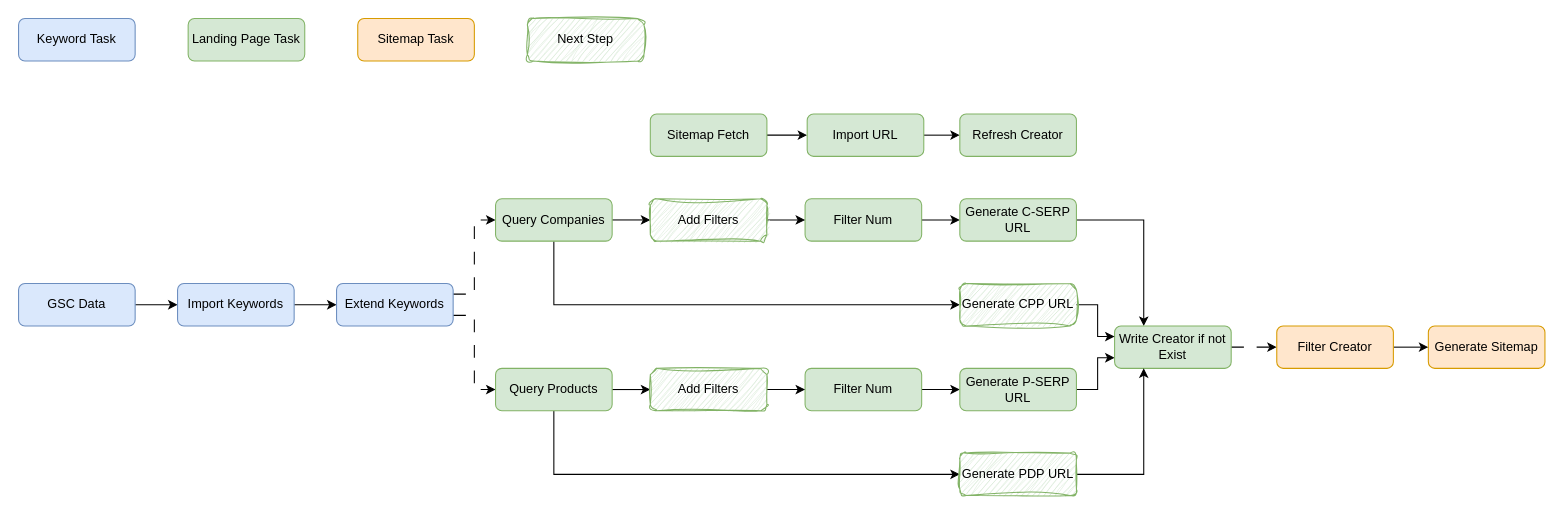
Above: drawio/ep_sitemap.drawio in VisableHarry/seo-drawio (draw.io), before the change. Source tidied: cells renumbered, new cells numbered last; positions are measured from the earlier drawing's top-left corner, leaving out a move shared by most shapes. Both pictures are drawn from the tidied source at 106%, with x=0, y=0 at pixel (18, 18).
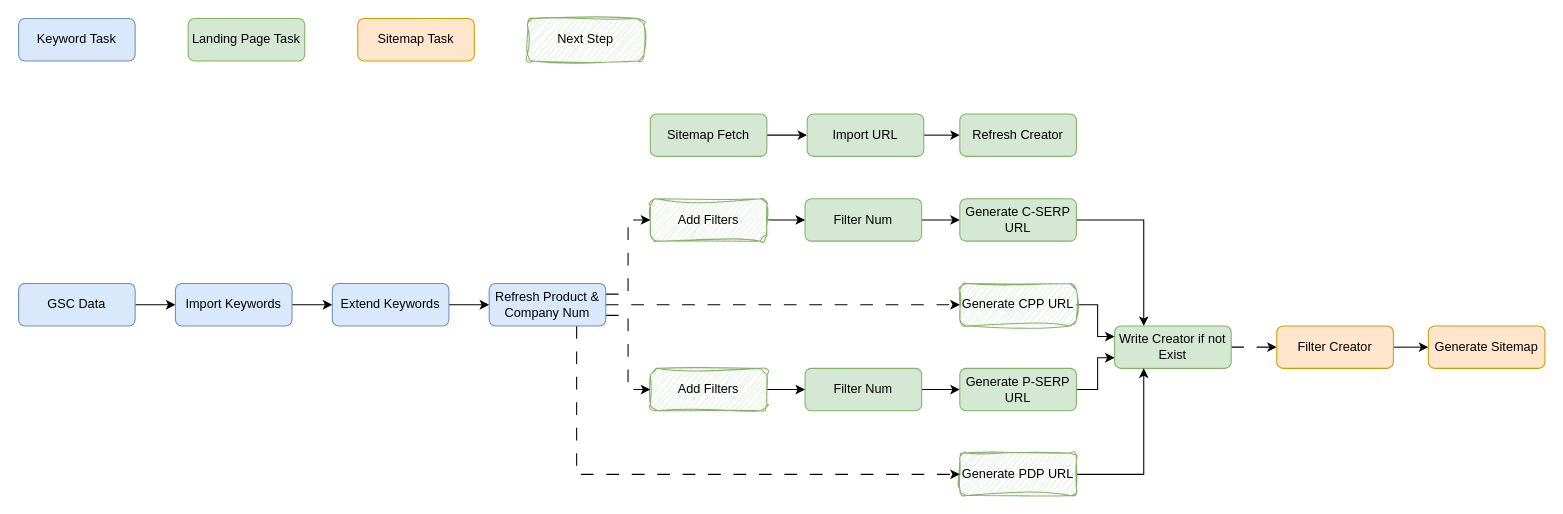
The same diagram, later.

The change refers to these unchanged cells:
```xml
<mxCell id="29" value="Add Filters" style="rounded=1;whiteSpace=wrap;html=1;fillColor=#d5e8d4;strokeColor=#82b366;sketch=1;curveFitting=1;jiggle=2;" parent="1" vertex="1">
  <mxGeometry x="596" y="330" width="110" height="40" as="geometry" />
</mxCell>
<mxCell id="31" value="Add Filters" style="rounded=1;whiteSpace=wrap;html=1;fillColor=#d5e8d4;strokeColor=#82b366;sketch=1;curveFitting=1;jiggle=2;gradientColor=none;" parent="1" vertex="1">
  <mxGeometry x="596" y="170" width="110" height="40" as="geometry" />
</mxCell>
<mxCell id="33" value="Generate CPP URL" style="rounded=1;whiteSpace=wrap;html=1;fillColor=#d5e8d4;strokeColor=#82b366;sketch=1;curveFitting=1;jiggle=2;" parent="1" vertex="1">
  <mxGeometry x="888" y="250" width="110" height="40" as="geometry" />
</mxCell>
<mxCell id="35" value="Generate PDP URL" style="rounded=1;whiteSpace=wrap;html=1;fillColor=#d5e8d4;strokeColor=#82b366;sketch=1;curveFitting=1;jiggle=2;" parent="1" vertex="1">
  <mxGeometry x="888" y="410" width="110" height="40" as="geometry" />
</mxCell>
```

Diff of the diagram source:
```diff
@@
     <mxCell id="5" value="Import Keywords" style="rounded=1;whiteSpace=wrap;html=1;fillColor=#dae8fc;strokeColor=#6c8ebf;" parent="1" vertex="1">
-      <mxGeometry x="150" y="250" width="110" height="40" as="geometry" />
+      <mxGeometry x="148" y="250" width="110" height="40" as="geometry" />
     </mxCell>
-    <mxCell id="6" style="edgeStyle=orthogonalEdgeStyle;rounded=0;jettySize=auto;html=1;exitX=1;exitY=0.25;exitDx=0;exitDy=0;entryX=0;entryY=0.5;entryDx=0;entryDy=0;dashed=1;dashPattern=12 12;" parent="1" edge="1" source="8" target="11">
-      <mxGeometry relative="1" as="geometry" />
-    </mxCell>
-    <mxCell id="7" style="edgeStyle=orthogonalEdgeStyle;rounded=0;jettySize=auto;html=1;exitX=1;exitY=0.75;exitDx=0;exitDy=0;entryX=0;entryY=0.5;entryDx=0;entryDy=0;dashed=1;dashPattern=12 12;" parent="1" edge="1" source="8" target="14">
-      <mxGeometry relative="1" as="geometry" />
-    </mxCell>
+    <mxCell id="45" style="edgeStyle=orthogonalEdgeStyle;rounded=0;jettySize=auto;html=1;exitX=1;exitY=0.5;exitDx=0;exitDy=0;entryX=0;entryY=0.5;entryDx=0;entryDy=0;" parent="1" edge="1" source="8" target="50">
+      <mxGeometry relative="1" as="geometry" />
+    </mxCell>
     <mxCell id="8" value="Extend Keywords" style="rounded=1;whiteSpace=wrap;html=1;fillColor=#dae8fc;strokeColor=#6c8ebf;" parent="1" vertex="1">
-      <mxGeometry x="300" y="250" width="110" height="40" as="geometry" />
+      <mxGeometry x="296" y="250" width="110" height="40" as="geometry" />
     </mxCell>
-    <mxCell id="9" style="edgeStyle=orthogonalEdgeStyle;rounded=0;jettySize=auto;html=1;exitX=0.5;exitY=1;exitDx=0;exitDy=0;entryX=0;entryY=0.5;entryDx=0;entryDy=0;" parent="1" edge="1" source="11" target="33">
-      <mxGeometry relative="1" as="geometry" />
-    </mxCell>
-    <mxCell id="10" style="edgeStyle=orthogonalEdgeStyle;rounded=0;jettySize=auto;html=1;exitX=1;exitY=0.5;exitDx=0;exitDy=0;entryX=0;entryY=0.5;entryDx=0;entryDy=0;" parent="1" edge="1" source="11" target="31">
-      <mxGeometry relative="1" as="geometry" />
-    </mxCell>
-    <mxCell id="11" value="Query Companies" style="rounded=1;whiteSpace=wrap;html=1;fillColor=#d5e8d4;strokeColor=#82b366;" parent="1" vertex="1">
-      <mxGeometry x="450" y="170" width="110" height="40" as="geometry" />
-    </mxCell>
-    <mxCell id="12" style="edgeStyle=orthogonalEdgeStyle;rounded=0;jettySize=auto;html=1;exitX=0.5;exitY=1;exitDx=0;exitDy=0;entryX=0;entryY=0.5;entryDx=0;entryDy=0;" parent="1" edge="1" source="14" target="35">
-      <mxGeometry relative="1" as="geometry" />
-    </mxCell>
-    <mxCell id="13" style="edgeStyle=orthogonalEdgeStyle;rounded=0;jettySize=auto;html=1;exitX=1;exitY=0.5;exitDx=0;exitDy=0;entryX=0;entryY=0.5;entryDx=0;entryDy=0;" parent="1" edge="1" source="14" target="29">
-      <mxGeometry relative="1" as="geometry" />
-    </mxCell>
-    <mxCell id="14" value="Query Products" style="rounded=1;whiteSpace=wrap;html=1;fillColor=#d5e8d4;strokeColor=#82b366;" parent="1" vertex="1">
-      <mxGeometry x="450" y="330" width="110" height="40" as="geometry" />
-    </mxCell>
@@
+    <mxCell id="46" style="edgeStyle=orthogonalEdgeStyle;rounded=0;jettySize=auto;html=1;exitX=1;exitY=0.25;exitDx=0;exitDy=0;entryX=0;entryY=0.5;entryDx=0;entryDy=0;dashed=1;dashPattern=12 12;" parent="1" edge="1" source="50" target="31">
+      <mxGeometry relative="1" as="geometry" />
+    </mxCell>
+    <mxCell id="47" style="edgeStyle=orthogonalEdgeStyle;rounded=0;jettySize=auto;html=1;exitX=1;exitY=0.75;exitDx=0;exitDy=0;entryX=0;entryY=0.5;entryDx=0;entryDy=0;dashed=1;dashPattern=12 12;" parent="1" edge="1" source="50" target="29">
+      <mxGeometry relative="1" as="geometry" />
+    </mxCell>
+    <mxCell id="48" style="edgeStyle=orthogonalEdgeStyle;rounded=0;jettySize=auto;html=1;exitX=1;exitY=0.5;exitDx=0;exitDy=0;entryX=0;entryY=0.5;entryDx=0;entryDy=0;dashed=1;dashPattern=12 12;" parent="1" edge="1" source="50" target="33">
+      <mxGeometry relative="1" as="geometry" />
+    </mxCell>
+    <mxCell id="49" style="edgeStyle=orthogonalEdgeStyle;rounded=0;jettySize=auto;html=1;exitX=0.75;exitY=1;exitDx=0;exitDy=0;entryX=0;entryY=0.5;entryDx=0;entryDy=0;dashed=1;dashPattern=12 12;" parent="1" edge="1" source="50" target="35">
+      <mxGeometry relative="1" as="geometry" />
+    </mxCell>
+    <mxCell id="50" value="Refresh Product &amp;amp; Company Num" style="rounded=1;whiteSpace=wrap;html=1;fillColor=#dae8fc;strokeColor=#6c8ebf;" parent="1" vertex="1">
+      <mxGeometry x="444" y="250" width="110" height="40" as="geometry" />
+    </mxCell>
```
